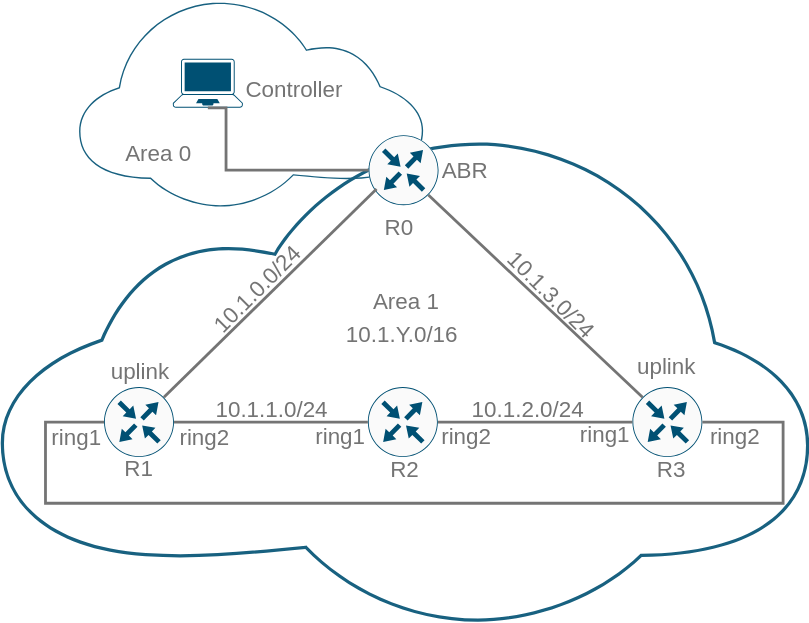
kernelkit/infix keeps this draw.io diagram as test/case/use_case/ospf_container/overview.svg. Above is the earlier version. Source tidied: cells renumbered, new cells last; positions are measured from the earlier drawing's top-left corner, leaving out a move shared by most shapes.
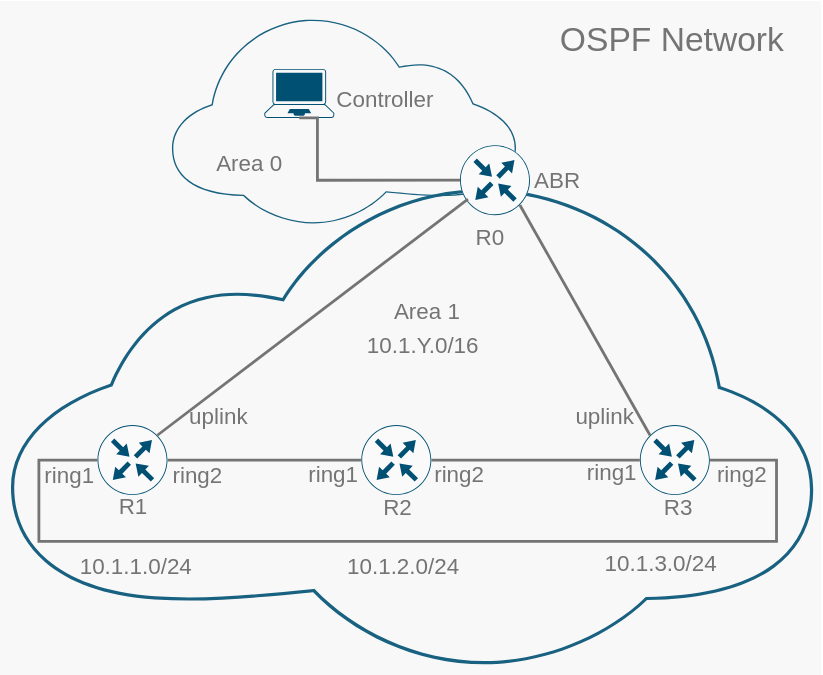
The same diagram one commit later.

Commit message:
test: add drawio original and update images in use-case test

The edit, as a diff of the source:
```diff
@@ -2,122 +2,125 @@
   <root>
     <mxCell id="0" />
     <mxCell id="1" parent="0" />
-    <mxCell id="2" style="verticalLabelPosition=bottom;sketch=0;html=1;verticalAlign=top;align=center;shape=mxgraph.cisco19.cloud;fillColor=#186180;strokeColor=none;flipH=1;" parent="1" vertex="1">
-      <mxGeometry y="98" width="577.7" height="346.6" as="geometry" />
+    <mxCell id="2" style="rounded=0;whiteSpace=wrap;html=1;fillColor=#F8F8F8;strokeColor=none;fontColor=#333333;" parent="1" vertex="1">
+      <mxGeometry x="-480.7" y="-938" width="587" height="482" as="geometry" />
     </mxCell>
-    <mxCell id="3" style="verticalLabelPosition=bottom;sketch=0;html=1;verticalAlign=top;align=center;shape=mxgraph.cisco19.cloud;fillColor=#186180;strokeColor=none;strokeWidth=1;spacingBottom=-1;" parent="1" vertex="1">
-      <mxGeometry x="56" y="0.5" width="245.8" height="147.5" as="geometry" />
+    <mxCell id="3" style="verticalLabelPosition=bottom;sketch=0;html=1;verticalAlign=top;align=center;shape=mxgraph.cisco19.cloud;fillColor=#186180;strokeColor=none;flipH=1;" parent="1" vertex="1">
+      <mxGeometry x="-472.7" y="-807.9" width="573.2" height="343.9" as="geometry" />
     </mxCell>
-    <mxCell id="4" style="sketch=0;points=[[0.5,0,0],[1,0.5,0],[0.5,1,0],[0,0.5,0],[0.145,0.145,0],[0.8555,0.145,0],[0.855,0.8555,0],[0.145,0.855,0]];verticalLabelPosition=bottom;html=1;verticalAlign=top;align=center;shape=mxgraph.cisco19.rect;prIcon=router;fillColor=#FAFAFA;strokeColor=#005073;" parent="1" vertex="1">
-      <mxGeometry x="262.8" y="97" width="50" height="50" as="geometry" />
+    <mxCell id="4" style="points=[[0,0.64,0],[0.2,0.15,0],[0.4,0.01,0],[0.79,0.25,0],[1,0.65,0],[0.8,0.86,0],[0.41,1,0],[0.16,0.86,0]];verticalLabelPosition=bottom;sketch=0;html=1;verticalAlign=top;align=center;shape=mxgraph.cisco19.cloud;fillColor=#186180;strokeColor=none;strokeWidth=1;spacingBottom=-1;" parent="1" vertex="1">
+      <mxGeometry x="-357.7" y="-926.4" width="245.8" height="147.5" as="geometry" />
     </mxCell>
     <mxCell id="5" style="sketch=0;points=[[0.5,0,0],[1,0.5,0],[0.5,1,0],[0,0.5,0],[0.145,0.145,0],[0.8555,0.145,0],[0.855,0.8555,0],[0.145,0.855,0]];verticalLabelPosition=bottom;html=1;verticalAlign=top;align=center;shape=mxgraph.cisco19.rect;prIcon=router;fillColor=#FAFAFA;strokeColor=#005073;" parent="1" vertex="1">
-      <mxGeometry x="451.3" y="277" width="50" height="50" as="geometry" />
+      <mxGeometry x="-151.8" y="-834.9" width="50" height="50" as="geometry" />
     </mxCell>
-    <mxCell id="6" style="rounded=0;jettySize=auto;html=1;endArrow=none;endFill=0;strokeWidth=2;strokeColor=#747474;" parent="1" edge="1" source="7" target="5">
-      <mxGeometry relative="1" as="geometry">
-        <Array as="points">
-          <mxPoint x="425.3" y="302" />
-        </Array>
-      </mxGeometry>
+    <mxCell id="6" style="sketch=0;points=[[0.5,0,0],[1,0.5,0],[0.5,1,0],[0,0.5,0],[0.145,0.145,0],[0.8555,0.145,0],[0.855,0.8555,0],[0.145,0.855,0]];verticalLabelPosition=bottom;html=1;verticalAlign=top;align=center;shape=mxgraph.cisco19.rect;prIcon=router;fillColor=#FAFAFA;strokeColor=#005073;" parent="1" vertex="1">
+      <mxGeometry x="-23.3" y="-634.9" width="50" height="50" as="geometry" />
     </mxCell>
-    <mxCell id="7" style="sketch=0;points=[[0.5,0,0],[1,0.5,0],[0.5,1,0],[0,0.5,0],[0.145,0.145,0],[0.8555,0.145,0],[0.855,0.8555,0],[0.145,0.855,0]];verticalLabelPosition=bottom;html=1;verticalAlign=top;align=center;shape=mxgraph.cisco19.rect;prIcon=router;fillColor=#FAFAFA;strokeColor=#005073;" parent="1" vertex="1">
-      <mxGeometry x="262.3" y="277" width="50" height="50" as="geometry" />
+    <mxCell id="7" style="rounded=0;jettySize=auto;html=1;endArrow=none;endFill=0;strokeWidth=2;strokeColor=#747474;" parent="1" edge="1" source="8" target="6">
+      <mxGeometry relative="1" as="geometry">
+        <Array as="points">
+          <mxPoint x="-59.3" y="-609.9" />
+        </Array>
+      </mxGeometry>
     </mxCell>
-    <mxCell id="8" style="rounded=0;jettySize=auto;html=1;endArrow=none;endFill=0;strokeWidth=2;strokeColor=#747474;" parent="1" edge="1" source="9" target="7">
-      <mxGeometry relative="1" as="geometry" />
+    <mxCell id="8" style="sketch=0;points=[[0.5,0,0],[1,0.5,0],[0.5,1,0],[0,0.5,0],[0.145,0.145,0],[0.8555,0.145,0],[0.855,0.8555,0],[0.145,0.855,0]];verticalLabelPosition=bottom;html=1;verticalAlign=top;align=center;shape=mxgraph.cisco19.rect;prIcon=router;fillColor=#FAFAFA;strokeColor=#005073;" parent="1" vertex="1">
+      <mxGeometry x="-222.3" y="-634.9" width="50" height="50" as="geometry" />
     </mxCell>
-    <mxCell id="9" style="sketch=0;points=[[0.5,0,0],[1,0.5,0],[0.5,1,0],[0,0.5,0],[0.145,0.145,0],[0.8555,0.145,0],[0.855,0.8555,0],[0.145,0.855,0]];verticalLabelPosition=bottom;html=1;verticalAlign=top;align=center;shape=mxgraph.cisco19.rect;prIcon=router;fillColor=#FAFAFA;strokeColor=#005073;" parent="1" vertex="1">
-      <mxGeometry x="73.8" y="277" width="50" height="50" as="geometry" />
+    <mxCell id="9" style="rounded=0;jettySize=auto;html=1;endArrow=none;endFill=0;strokeWidth=2;strokeColor=#747474;" parent="1" edge="1" source="10" target="8">
+      <mxGeometry relative="1" as="geometry" />
     </mxCell>
-    <mxCell id="10" style="rounded=0;jettySize=auto;html=1;exitX=0.8555;exitY=0.145;exitDx=0;exitDy=0;exitPerimeter=0;entryX=0.114;entryY=0.77;entryDx=0;entryDy=0;entryPerimeter=0;endArrow=none;endFill=0;strokeWidth=2;strokeColor=#747474;" parent="1" edge="1" source="9" target="4">
-      <mxGeometry relative="1" as="geometry" />
+    <mxCell id="10" style="sketch=0;points=[[0.5,0,0],[1,0.5,0],[0.5,1,0],[0,0.5,0],[0.145,0.145,0],[0.8555,0.145,0],[0.855,0.8555,0],[0.145,0.855,0]];verticalLabelPosition=bottom;html=1;verticalAlign=top;align=center;shape=mxgraph.cisco19.rect;prIcon=router;fillColor=#FAFAFA;strokeColor=#005073;" parent="1" vertex="1">
+      <mxGeometry x="-410.8" y="-634.9" width="50" height="50" as="geometry" />
     </mxCell>
-    <mxCell id="11" style="rounded=0;jettySize=auto;html=1;exitX=0.145;exitY=0.145;exitDx=0;exitDy=0;exitPerimeter=0;entryX=0.855;entryY=0.8555;entryDx=0;entryDy=0;entryPerimeter=0;endArrow=none;endFill=0;strokeWidth=2;strokeColor=#747474;" parent="1" edge="1" source="5" target="4">
+    <mxCell id="11" style="rounded=0;jettySize=auto;html=1;exitX=0.8555;exitY=0.145;exitDx=0;exitDy=0;exitPerimeter=0;entryX=0.114;entryY=0.77;entryDx=0;entryDy=0;entryPerimeter=0;endArrow=none;endFill=0;strokeWidth=2;strokeColor=#747474;" parent="1" edge="1" source="10" target="5">
       <mxGeometry relative="1" as="geometry" />
     </mxCell>
-    <mxCell id="12" style="points=[[0.13,0.02,0],[0.5,0,0],[0.87,0.02,0],[0.885,0.4,0],[0.985,0.985,0],[0.5,1,0],[0.015,0.985,0],[0.115,0.4,0]];verticalLabelPosition=bottom;sketch=0;html=1;verticalAlign=top;align=center;shape=mxgraph.cisco19.laptop;fillColor=#005073;strokeColor=none;" parent="1" vertex="1">
-      <mxGeometry x="123" y="42.5" width="50" height="35" as="geometry" />
+    <mxCell id="12" style="rounded=0;jettySize=auto;html=1;exitX=0.145;exitY=0.145;exitDx=0;exitDy=0;exitPerimeter=0;entryX=0.855;entryY=0.8555;entryDx=0;entryDy=0;entryPerimeter=0;endArrow=none;endFill=0;strokeWidth=2;strokeColor=#747474;" parent="1" edge="1" source="6" target="5">
+      <mxGeometry relative="1" as="geometry" />
     </mxCell>
-    <mxCell id="13" style="edgeStyle=orthogonalEdgeStyle;rounded=0;jettySize=auto;html=1;exitX=0;exitY=0.5;exitDx=0;exitDy=0;exitPerimeter=0;entryX=0.5;entryY=1;entryDx=0;entryDy=0;entryPerimeter=0;endArrow=none;endFill=0;strokeWidth=2;strokeColor=#747474;" parent="1" edge="1" source="4" target="12">
-      <mxGeometry relative="1" as="geometry">
-        <Array as="points">
-          <mxPoint x="161" y="122.5" />
-        </Array>
-      </mxGeometry>
+    <mxCell id="13" style="points=[[0.13,0.02,0],[0.5,0,0],[0.87,0.02,0],[0.885,0.4,0],[0.985,0.985,0],[0.5,1,0],[0.015,0.985,0],[0.115,0.4,0]];verticalLabelPosition=bottom;sketch=0;html=1;verticalAlign=top;align=center;shape=mxgraph.cisco19.laptop;fillColor=#005073;strokeColor=none;" parent="1" vertex="1">
+      <mxGeometry x="-291.7" y="-889.4" width="50" height="35" as="geometry" />
     </mxCell>
-    <mxCell id="14" value="ABR" style="text;html=1;align=center;verticalAlign=middle;whiteSpace=wrap;rounded=0;fontColor=#747474;fontSize=16;" parent="1" vertex="1">
-      <mxGeometry x="302.2" y="107" width="60" height="30" as="geometry" />
+    <mxCell id="14" style="edgeStyle=orthogonalEdgeStyle;rounded=0;jettySize=auto;html=1;exitX=0;exitY=0.5;exitDx=0;exitDy=0;exitPerimeter=0;entryX=0.5;entryY=1;entryDx=0;entryDy=0;entryPerimeter=0;endArrow=none;endFill=0;strokeWidth=2;strokeColor=#747474;" parent="1" edge="1" source="5" target="13">
+      <mxGeometry relative="1" as="geometry">
+        <Array as="points">
+          <mxPoint x="-253.7" y="-809.4" />
+        </Array>
+      </mxGeometry>
     </mxCell>
-    <mxCell id="15" value="R1" style="text;html=1;align=center;verticalAlign=middle;whiteSpace=wrap;rounded=0;fontColor=#747474;fontSize=16;" parent="1" vertex="1">
-      <mxGeometry x="84.3" y="320" width="30" height="30" as="geometry" />
+    <mxCell id="15" value="ABR" style="text;html=1;align=center;verticalAlign=middle;whiteSpace=wrap;rounded=0;fontColor=#747474;fontSize=16;" parent="1" vertex="1">
+      <mxGeometry x="-112.4" y="-824.9" width="60" height="30" as="geometry" />
     </mxCell>
-    <mxCell id="16" value="R3" style="text;html=1;align=center;verticalAlign=middle;whiteSpace=wrap;rounded=0;fontColor=#747474;fontSize=16;" parent="1" vertex="1">
-      <mxGeometry x="459.1" y="321" width="41.2" height="30" as="geometry" />
+    <mxCell id="16" value="R1" style="text;html=1;align=center;verticalAlign=middle;whiteSpace=wrap;rounded=0;fontColor=#747474;fontSize=16;" parent="1" vertex="1">
+      <mxGeometry x="-400.3" y="-591.9" width="30" height="30" as="geometry" />
     </mxCell>
-    <mxCell id="17" value="R2" style="text;html=1;align=center;verticalAlign=middle;whiteSpace=wrap;rounded=0;fontColor=#747474;fontSize=16;" parent="1" vertex="1">
-      <mxGeometry x="259.8" y="321" width="57.5" height="30" as="geometry" />
+    <mxCell id="17" value="R3" style="text;html=1;align=center;verticalAlign=middle;whiteSpace=wrap;rounded=0;fontColor=#747474;fontSize=16;" parent="1" vertex="1">
+      <mxGeometry x="-15.6" y="-590.9" width="41.2" height="30" as="geometry" />
     </mxCell>
-    <mxCell id="18" style="endArrow=none;html=1;rounded=0;entryX=0;entryY=0.5;entryDx=0;entryDy=0;entryPerimeter=0;edgeStyle=orthogonalEdgeStyle;strokeColor=#747474;strokeWidth=2;exitX=1;exitY=0.5;exitDx=0;exitDy=0;exitPerimeter=0;" parent="1" edge="1" source="5" target="9">
-      <mxGeometry relative="1" as="geometry">
-        <Array as="points">
-          <mxPoint x="559" y="302" />
-          <mxPoint x="559" y="360" />
-          <mxPoint x="32" y="360" />
-          <mxPoint x="32" y="302" />
-        </Array>
-      </mxGeometry>
+    <mxCell id="18" value="R2" style="text;html=1;align=center;verticalAlign=middle;whiteSpace=wrap;rounded=0;fontColor=#747474;fontSize=16;" parent="1" vertex="1">
+      <mxGeometry x="-224.8" y="-590.9" width="57.5" height="30" as="geometry" />
     </mxCell>
-    <mxCell id="19" value="Area 0" style="text;html=1;align=center;verticalAlign=middle;whiteSpace=wrap;rounded=0;fontColor=#747474;fontSize=16;" parent="1" vertex="1">
-      <mxGeometry x="83" y="95" width="60" height="30" as="geometry" />
+    <mxCell id="19" style="endArrow=none;html=1;rounded=0;entryX=0;entryY=0.5;entryDx=0;entryDy=0;entryPerimeter=0;edgeStyle=orthogonalEdgeStyle;strokeColor=#747474;strokeWidth=2;exitX=1;exitY=0.5;exitDx=0;exitDy=0;exitPerimeter=0;" parent="1" edge="1" source="6" target="10">
+      <mxGeometry relative="1" as="geometry">
+        <Array as="points">
+          <mxPoint x="74.3" y="-609.9" />
+          <mxPoint x="74.3" y="-551.9" />
+          <mxPoint x="-452.7" y="-551.9" />
+          <mxPoint x="-452.7" y="-609.9" />
+        </Array>
+      </mxGeometry>
     </mxCell>
-    <mxCell id="20" value="Area 1" style="text;html=1;align=center;verticalAlign=middle;whiteSpace=wrap;rounded=0;fontColor=#747474;fontSize=16;" parent="1" vertex="1">
-      <mxGeometry x="260" y="200.5" width="60" height="30" as="geometry" />
+    <mxCell id="20" value="Area 0" style="text;html=1;align=center;verticalAlign=middle;whiteSpace=wrap;rounded=0;fontColor=#747474;fontSize=16;" parent="1" vertex="1">
+      <mxGeometry x="-331.7" y="-836.9" width="60" height="30" as="geometry" />
     </mxCell>
-    <mxCell id="21" value="Controller" style="text;html=1;align=center;verticalAlign=middle;whiteSpace=wrap;rounded=0;fontColor=#747474;fontSize=16;" parent="1" vertex="1">
-      <mxGeometry x="168" y="49" width="84" height="30" as="geometry" />
+    <mxCell id="21" value="Area 1" style="text;html=1;align=center;verticalAlign=middle;whiteSpace=wrap;rounded=0;fontColor=#747474;fontSize=16;" parent="1" vertex="1">
+      <mxGeometry x="-204.7" y="-731.4" width="60" height="30" as="geometry" />
     </mxCell>
-    <mxCell id="22" value="ring1" style="text;html=1;align=center;verticalAlign=middle;whiteSpace=wrap;rounded=0;fontColor=#747474;fontSize=16;" parent="1" vertex="1">
-      <mxGeometry x="213" y="297" width="60" height="30" as="geometry" />
+    <mxCell id="22" value="Controller" style="text;html=1;align=center;verticalAlign=middle;whiteSpace=wrap;rounded=0;fontColor=#747474;fontSize=16;" parent="1" vertex="1">
+      <mxGeometry x="-246.7" y="-882.9" width="84" height="30" as="geometry" />
     </mxCell>
     <mxCell id="23" value="ring1" style="text;html=1;align=center;verticalAlign=middle;whiteSpace=wrap;rounded=0;fontColor=#747474;fontSize=16;" parent="1" vertex="1">
-      <mxGeometry x="35" y="297.5" width="39" height="30" as="geometry" />
+      <mxGeometry x="-271.7" y="-614.9" width="60" height="30" as="geometry" />
     </mxCell>
     <mxCell id="24" value="ring1" style="text;html=1;align=center;verticalAlign=middle;whiteSpace=wrap;rounded=0;fontColor=#747474;fontSize=16;" parent="1" vertex="1">
-      <mxGeometry x="402" y="296" width="60" height="30" as="geometry" />
+      <mxGeometry x="-449.7" y="-614.4" width="39" height="30" as="geometry" />
     </mxCell>
-    <mxCell id="25" value="ring2" style="text;html=1;align=center;verticalAlign=middle;whiteSpace=wrap;rounded=0;fontColor=#747474;fontSize=16;" parent="1" vertex="1">
-      <mxGeometry x="303" y="297" width="60" height="30" as="geometry" />
+    <mxCell id="25" value="ring1" style="text;html=1;align=center;verticalAlign=middle;whiteSpace=wrap;rounded=0;fontColor=#747474;fontSize=16;" parent="1" vertex="1">
+      <mxGeometry x="-72.7" y="-615.9" width="60" height="30" as="geometry" />
     </mxCell>
     <mxCell id="26" value="ring2" style="text;html=1;align=center;verticalAlign=middle;whiteSpace=wrap;rounded=0;fontColor=#747474;fontSize=16;" parent="1" vertex="1">
-      <mxGeometry x="116" y="297.5" width="60" height="30" as="geometry" />
+      <mxGeometry x="-181.7" y="-614.9" width="60" height="30" as="geometry" />
     </mxCell>
-    <mxCell id="27" value="uplink" style="text;html=1;align=center;verticalAlign=middle;whiteSpace=wrap;rounded=0;fontColor=#747474;fontSize=16;" parent="1" vertex="1">
-      <mxGeometry x="446.3" y="247" width="60" height="30" as="geometry" />
+    <mxCell id="27" value="ring2" style="text;html=1;align=center;verticalAlign=middle;whiteSpace=wrap;rounded=0;fontColor=#747474;fontSize=16;" parent="1" vertex="1">
+      <mxGeometry x="-368.7" y="-614.4" width="60" height="30" as="geometry" />
     </mxCell>
     <mxCell id="28" value="uplink" style="text;html=1;align=center;verticalAlign=middle;whiteSpace=wrap;rounded=0;fontColor=#747474;fontSize=16;" parent="1" vertex="1">
-      <mxGeometry x="70" y="250.5" width="60" height="30" as="geometry" />
+      <mxGeometry x="-77.7" y="-656.4" width="60" height="30" as="geometry" />
     </mxCell>
-    <mxCell id="29" value="10.1.Y.0/16" style="text;html=1;align=center;verticalAlign=middle;whiteSpace=wrap;rounded=0;fontColor=#747474;fontSize=16;" parent="1" vertex="1">
-      <mxGeometry x="229" y="223.5" width="115.8" height="30" as="geometry" />
+    <mxCell id="29" value="uplink" style="text;html=1;align=center;verticalAlign=middle;whiteSpace=wrap;rounded=0;fontColor=#747474;fontSize=16;" parent="1" vertex="1">
+      <mxGeometry x="-353.7" y="-656.4" width="60" height="30" as="geometry" />
     </mxCell>
-    <mxCell id="30" value="10.1.1.0/24" style="text;html=1;align=center;verticalAlign=middle;whiteSpace=wrap;rounded=0;fontColor=#747474;fontSize=16;" parent="1" vertex="1">
-      <mxGeometry x="136.2" y="278" width="115.8" height="30" as="geometry" />
+    <mxCell id="30" value="OSPF Network" style="text;html=1;align=center;verticalAlign=middle;whiteSpace=wrap;rounded=0;fontColor=#747474;fontSize=24;" parent="1" vertex="1">
+      <mxGeometry x="-84.7" y="-925.4" width="170" height="30" as="geometry" />
     </mxCell>
-    <mxCell id="31" value="10.1.2.0/24" style="text;html=1;align=center;verticalAlign=middle;whiteSpace=wrap;rounded=0;fontColor=#747474;fontSize=16;" parent="1" vertex="1">
-      <mxGeometry x="319" y="277.5" width="115.8" height="30" as="geometry" />
+    <mxCell id="31" value="10.1.Y.0/16" style="text;html=1;align=center;verticalAlign=middle;whiteSpace=wrap;rounded=0;fontColor=#747474;fontSize=16;" parent="1" vertex="1">
+      <mxGeometry x="-236.4" y="-707.4" width="115.8" height="30" as="geometry" />
     </mxCell>
-    <mxCell id="32" value="10.1.3.0/24" style="text;html=1;align=center;verticalAlign=middle;whiteSpace=wrap;rounded=0;fontColor=#747474;fontSize=16;rotation=45;" parent="1" vertex="1">
-      <mxGeometry x="336" y="196" width="115.8" height="30" as="geometry" />
+    <mxCell id="32" value="10.1.1.0/24" style="text;html=1;align=center;verticalAlign=middle;whiteSpace=wrap;rounded=0;fontColor=#747474;fontSize=16;" parent="1" vertex="1">
+      <mxGeometry x="-440.7" y="-549.4" width="115.8" height="30" as="geometry" />
     </mxCell>
-    <mxCell id="33" value="R0" style="text;html=1;align=center;verticalAlign=middle;whiteSpace=wrap;rounded=0;fontColor=#747474;fontSize=16;" parent="1" vertex="1">
-      <mxGeometry x="270" y="148" width="30" height="30" as="geometry" />
+    <mxCell id="33" value="10.1.2.0/24" style="text;html=1;align=center;verticalAlign=middle;whiteSpace=wrap;rounded=0;fontColor=#747474;fontSize=16;" parent="1" vertex="1">
+      <mxGeometry x="-250" y="-549.4" width="115.8" height="30" as="geometry" />
     </mxCell>
-    <mxCell id="34" value="ring2" style="text;html=1;align=center;verticalAlign=middle;whiteSpace=wrap;rounded=0;fontColor=#747474;fontSize=16;" parent="1" vertex="1">
-      <mxGeometry x="499" y="297" width="52" height="30" as="geometry" />
+    <mxCell id="34" value="10.1.3.0/24" style="text;html=1;align=center;verticalAlign=middle;whiteSpace=wrap;rounded=0;fontColor=#747474;fontSize=16;" parent="1" vertex="1">
+      <mxGeometry x="-66.4" y="-551.4" width="115.8" height="30" as="geometry" />
     </mxCell>
-    <mxCell id="35" value="10.1.0.0/24" style="text;html=1;align=center;verticalAlign=middle;whiteSpace=wrap;rounded=0;fontColor=#747474;fontSize=16;rotation=-45;" parent="1" vertex="1">
-      <mxGeometry x="125.2" y="191.5" width="115.8" height="30" as="geometry" />
+    <mxCell id="35" value="R0" style="text;html=1;align=center;verticalAlign=middle;whiteSpace=wrap;rounded=0;fontColor=#747474;fontSize=16;" parent="1" vertex="1">
+      <mxGeometry x="-144.7" y="-783.9" width="30" height="30" as="geometry" />
     </mxCell>
+    <mxCell id="36" value="ring2" style="text;html=1;align=center;verticalAlign=middle;whiteSpace=wrap;rounded=0;fontColor=#747474;fontSize=16;" parent="1" vertex="1">
+      <mxGeometry x="24.3" y="-614.9" width="52" height="30" as="geometry" />
+    </mxCell>
   </root>
 </mxGraphModel>
```
